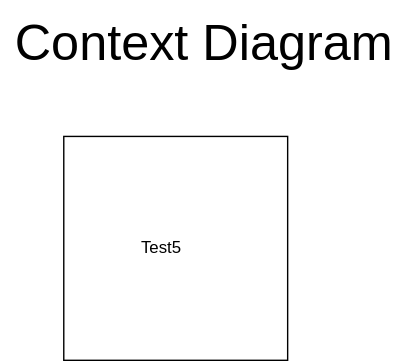
This is diagrams/contextdiagram.svg from martintara/kaffeknekt, a draw.io export, as it was before one commit. Source tidied: cells renumbered, new cells last; positions are measured from the earlier drawing's top-left corner, leaving out a move shared by most shapes. Its diagram source:
```xml
<mxGraphModel>
  <root>
    <mxCell id="0" />
    <mxCell id="1" parent="0" />
    <mxCell id="2" style="whiteSpace=wrap;html=1;" parent="1" vertex="1">
      <mxGeometry x="45" y="97" width="160" height="160" as="geometry" />
    </mxCell>
    <mxCell id="3" value="Test5" style="text;html=1;align=center;verticalAlign=middle;whiteSpace=wrap;rounded=0;" parent="1" vertex="1">
      <mxGeometry x="85" y="162" width="60" height="30" as="geometry" />
    </mxCell>
    <mxCell id="4" value="&lt;font style=&quot;font-size: 36px;&quot;&gt;Context Diagram&lt;/font&gt;" style="text;html=1;align=center;verticalAlign=middle;strokeColor=none;fillColor=none;" parent="1" vertex="1">
      <mxGeometry width="290" height="60" as="geometry" />
    </mxCell>
  </root>
</mxGraphModel>
```
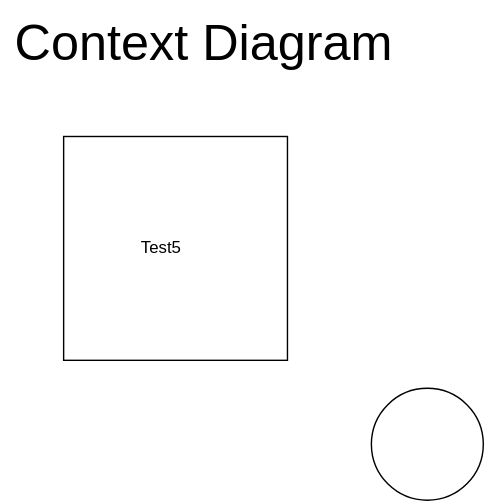
Later version of the same file.

Diff of the diagram source:
```diff
@@ -11,5 +11,8 @@
     <mxCell id="4" value="&lt;font style=&quot;font-size: 36px;&quot;&gt;Context Diagram&lt;/font&gt;" style="text;html=1;align=center;verticalAlign=middle;strokeColor=none;fillColor=none;" parent="1" vertex="1">
       <mxGeometry width="290" height="60" as="geometry" />
     </mxCell>
+    <mxCell id="5" style="ellipse;whiteSpace=wrap;html=1;" parent="1" vertex="1">
+      <mxGeometry x="265" y="277" width="80" height="80" as="geometry" />
+    </mxCell>
   </root>
 </mxGraphModel>
```
